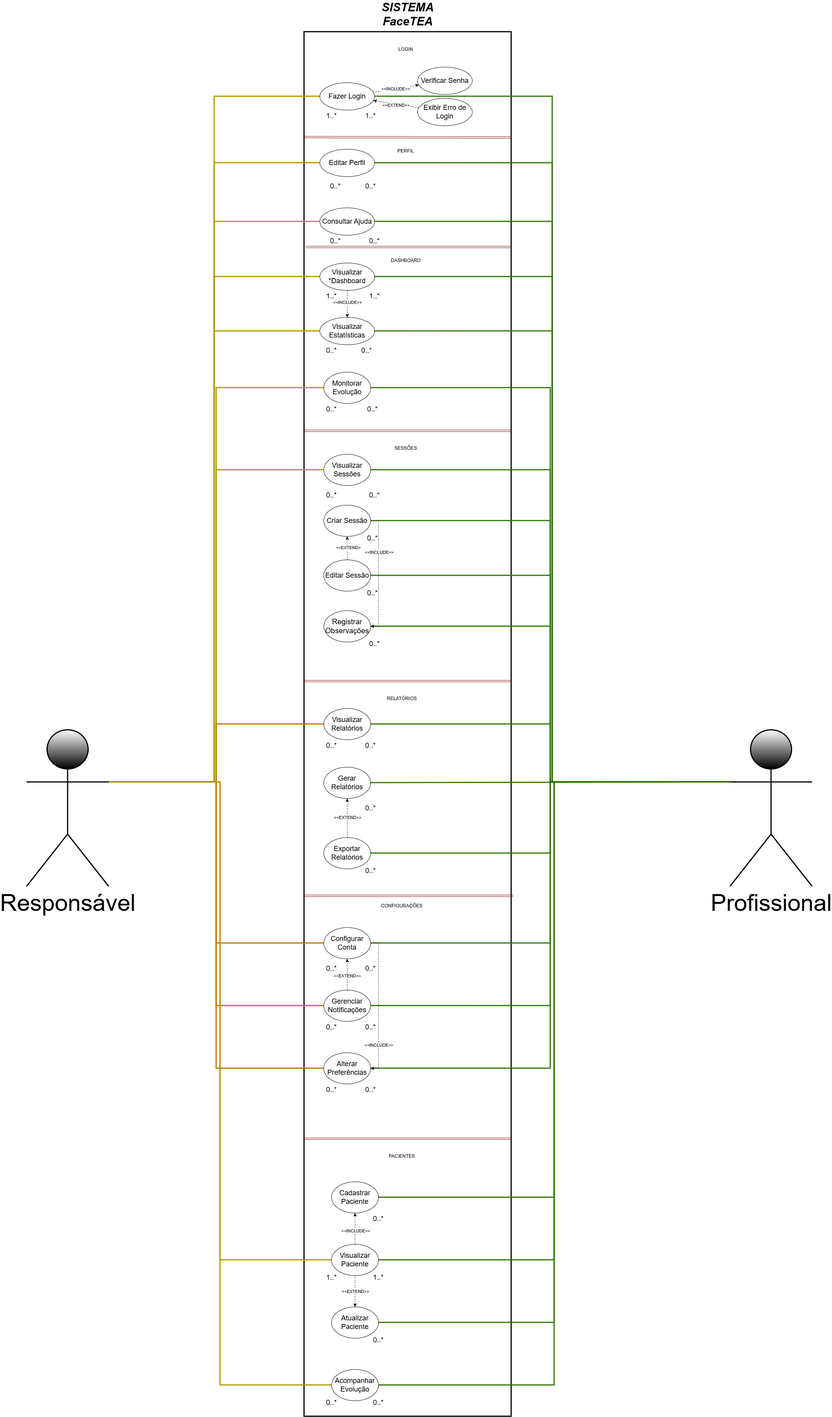
This is Diagrama_UML/TEA_UML.png from kawanvinicius742-wq/Projeto_Integrador_TEA, a draw.io export, as it was before one commit. Source tidied: cells renumbered, new cells last; positions are measured from the earlier drawing's top-left corner, leaving out a move shared by most shapes.
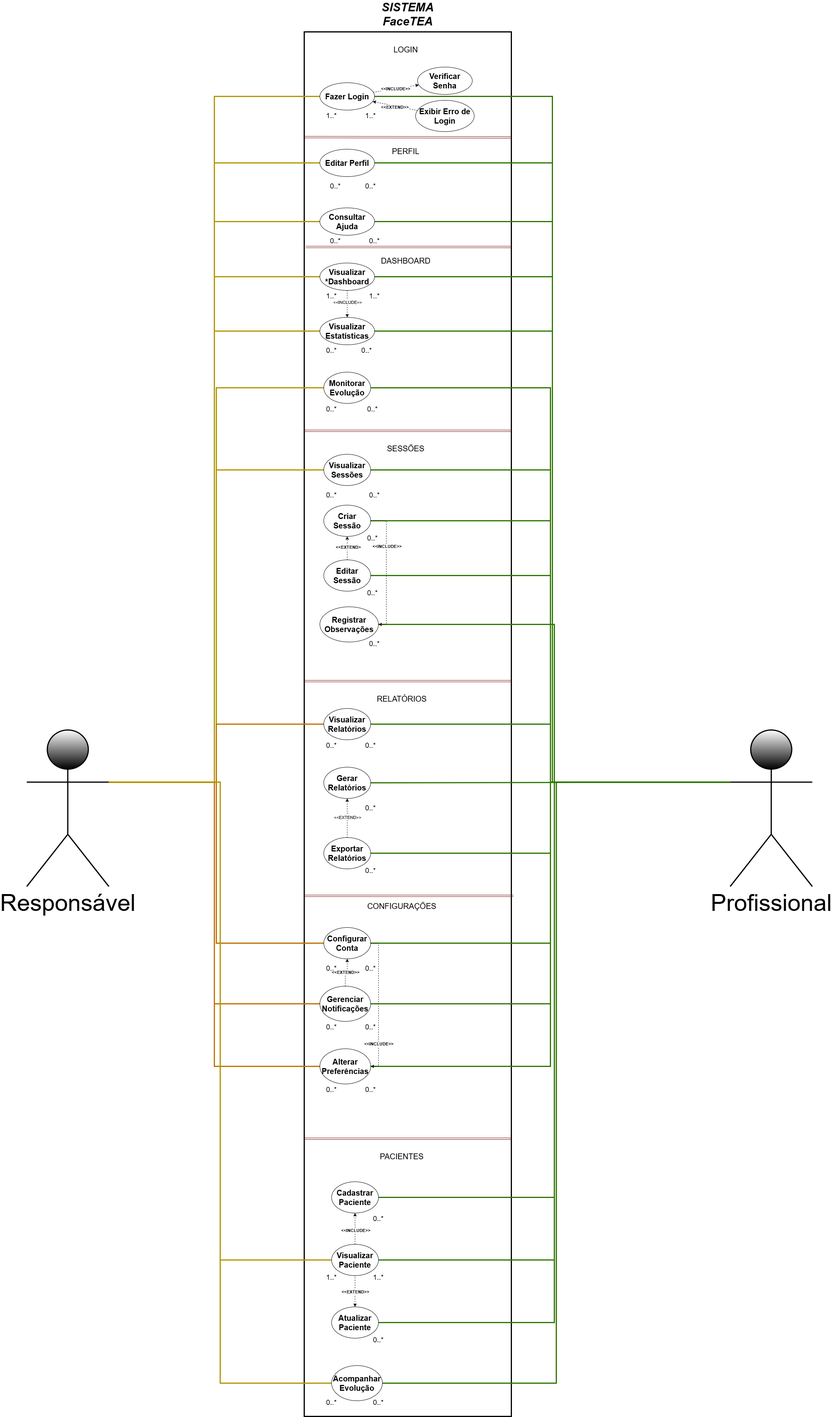
After the change.

What changed in the source:
```diff
@@ -61,3 +61,3 @@
     </mxCell>
-    <mxCell id="21" value="&amp;lt;&amp;lt;INCLUDE&amp;gt;&amp;gt;" style="edgeLabel;html=1;align=center;verticalAlign=middle;rounded=0;" parent="20" vertex="1">
+    <mxCell id="21" value="&lt;b&gt;&amp;lt;&amp;lt;INCLUDE&amp;gt;&amp;gt;&lt;/b&gt;" style="edgeLabel;html=1;align=center;verticalAlign=middle;rounded=0;" parent="20" vertex="1">
       <mxGeometry x="-0.03" relative="1" as="geometry" />
@@ -67,3 +67,3 @@
     </mxCell>
-    <mxCell id="23" value="&amp;lt;&amp;lt;EXTEND&amp;gt;&amp;gt;" style="edgeLabel;html=1;align=center;verticalAlign=middle;rounded=0;" parent="22" vertex="1">
+    <mxCell id="23" value="&lt;b&gt;&amp;lt;&amp;lt;EXTEND&amp;gt;&amp;gt;&lt;/b&gt;" style="edgeLabel;html=1;align=center;verticalAlign=middle;rounded=0;" parent="22" vertex="1">
       <mxGeometry x="-0.02" y="-3" relative="1" as="geometry" />
@@ -76,3 +76,3 @@
     </mxCell>
-    <mxCell id="26" value="&lt;font style=&quot;font-size: 18px;&quot;&gt;Fazer Login&lt;/font&gt;" style="ellipse;whiteSpace=wrap;html=1;rounded=0;" parent="1" vertex="1">
+    <mxCell id="26" value="&lt;font style=&quot;font-size: 20px;&quot;&gt;&lt;b style=&quot;&quot;&gt;Fazer Login&lt;/b&gt;&lt;/font&gt;" style="ellipse;whiteSpace=wrap;html=1;rounded=0;" parent="1" vertex="1">
       <mxGeometry x="750" y="190" width="140" height="70" as="geometry" />
@@ -112,3 +112,3 @@
     </mxCell>
-    <mxCell id="38" value="&lt;font style=&quot;font-size: 18px;&quot;&gt;Visualizar Estatísticas&lt;/font&gt;" style="ellipse;whiteSpace=wrap;html=1;rounded=0;" parent="1" vertex="1">
+    <mxCell id="38" value="&lt;font style=&quot;font-size: 20px;&quot;&gt;&lt;b style=&quot;&quot;&gt;Visualizar Estatísticas&lt;/b&gt;&lt;/font&gt;" style="ellipse;whiteSpace=wrap;html=1;rounded=0;" parent="1" vertex="1">
       <mxGeometry x="750" y="790" width="140" height="70" as="geometry" />
@@ -121,3 +121,3 @@
     </mxCell>
-    <mxCell id="41" value="&lt;font style=&quot;font-size: 18px;&quot;&gt;Consultar Ajuda&lt;/font&gt;" style="ellipse;whiteSpace=wrap;html=1;rounded=0;" parent="1" vertex="1">
+    <mxCell id="41" value="&lt;font style=&quot;font-size: 20px;&quot;&gt;&lt;b style=&quot;&quot;&gt;Consultar Ajuda&lt;/b&gt;&lt;/font&gt;" style="ellipse;whiteSpace=wrap;html=1;rounded=0;" parent="1" vertex="1">
       <mxGeometry x="750" y="510" width="140" height="70" as="geometry" />
@@ -130,3 +130,3 @@
     </mxCell>
-    <mxCell id="44" value="&lt;font style=&quot;font-size: 18px;&quot;&gt;Editar Perfil&lt;/font&gt;" style="ellipse;whiteSpace=wrap;html=1;rounded=0;" parent="1" vertex="1">
+    <mxCell id="44" value="&lt;font style=&quot;font-size: 20px;&quot;&gt;&lt;b style=&quot;&quot;&gt;Editar Perfil&lt;/b&gt;&lt;/font&gt;" style="ellipse;whiteSpace=wrap;html=1;rounded=0;" parent="1" vertex="1">
       <mxGeometry x="750" y="360" width="140" height="70" as="geometry" />
@@ -139,9 +139,9 @@
     </mxCell>
-    <mxCell id="47" value="&lt;font style=&quot;font-size: 18px;&quot;&gt;Visualizar *Dashboard&lt;/font&gt;" style="ellipse;whiteSpace=wrap;html=1;rounded=0;" parent="1" vertex="1">
+    <mxCell id="47" value="&lt;font style=&quot;font-size: 20px;&quot;&gt;&lt;b style=&quot;&quot;&gt;Visualizar *Dashboard&lt;/b&gt;&lt;/font&gt;" style="ellipse;whiteSpace=wrap;html=1;rounded=0;" parent="1" vertex="1">
       <mxGeometry x="750" y="651" width="140" height="70" as="geometry" />
     </mxCell>
-    <mxCell id="48" value="&lt;font style=&quot;font-size: 18px;&quot;&gt;Exibir Erro de Login&lt;/font&gt;" style="ellipse;whiteSpace=wrap;html=1;rounded=0;" parent="1" vertex="1">
-      <mxGeometry x="1000" y="230" width="140" height="70" as="geometry" />
+    <mxCell id="48" value="&lt;font style=&quot;font-size: 20px;&quot;&gt;&lt;b style=&quot;&quot;&gt;Exibir Erro de Login&lt;/b&gt;&lt;/font&gt;" style="ellipse;whiteSpace=wrap;html=1;rounded=0;" parent="1" vertex="1">
+      <mxGeometry x="995" y="235" width="150" height="80" as="geometry" />
     </mxCell>
-    <mxCell id="49" value="&lt;font style=&quot;font-size: 18px;&quot;&gt;Verificar Senha&lt;/font&gt;" style="ellipse;whiteSpace=wrap;html=1;rounded=0;" parent="1" vertex="1">
+    <mxCell id="49" value="&lt;font style=&quot;font-size: 20px;&quot;&gt;&lt;b style=&quot;&quot;&gt;Verificar Senha&lt;/b&gt;&lt;/font&gt;" style="ellipse;whiteSpace=wrap;html=1;rounded=0;" parent="1" vertex="1">
       <mxGeometry x="1000" y="150" width="140" height="70" as="geometry" />
@@ -151,3 +151,3 @@
     </mxCell>
-    <mxCell id="51" value="&lt;font style=&quot;font-size: 18px;&quot;&gt;Monitorar Evolução&lt;/font&gt;" style="ellipse;whiteSpace=wrap;html=1;rounded=0;" parent="1" vertex="1">
+    <mxCell id="51" value="&lt;font style=&quot;font-size: 20px;&quot;&gt;&lt;b style=&quot;&quot;&gt;Monitorar Evolução&lt;/b&gt;&lt;/font&gt;" style="ellipse;whiteSpace=wrap;html=1;rounded=0;" parent="1" vertex="1">
       <mxGeometry x="760" y="930" width="120" height="80" as="geometry" />
@@ -174,3 +174,3 @@
     </mxCell>
-    <mxCell id="56" value="&lt;font style=&quot;font-size: 18px;&quot;&gt;Visualizar Sessões&lt;/font&gt;" style="ellipse;whiteSpace=wrap;html=1;rounded=0;" parent="1" vertex="1">
+    <mxCell id="56" value="&lt;font style=&quot;font-size: 20px;&quot;&gt;&lt;b style=&quot;&quot;&gt;Visualizar Sessões&lt;/b&gt;&lt;/font&gt;" style="ellipse;whiteSpace=wrap;html=1;rounded=0;" parent="1" vertex="1">
       <mxGeometry x="760" y="1140" width="120" height="80" as="geometry" />
@@ -180,6 +180,6 @@
     </mxCell>
-    <mxCell id="58" value="&amp;lt;&amp;lt;INCLUDE&amp;gt;&amp;gt;" style="edgeLabel;html=1;align=center;verticalAlign=middle;rounded=0;" parent="57" vertex="1">
+    <mxCell id="58" value="&lt;b&gt;&amp;lt;&amp;lt;INCLUDE&amp;gt;&amp;gt;&lt;/b&gt;" style="edgeLabel;html=1;align=center;verticalAlign=middle;rounded=0;" parent="57" vertex="1">
       <mxGeometry x="-0.35" y="1" relative="1" as="geometry" />
     </mxCell>
-    <mxCell id="59" value="&lt;font style=&quot;font-size: 18px;&quot;&gt;Criar Sessão&lt;/font&gt;" style="ellipse;whiteSpace=wrap;html=1;rounded=0;" parent="1" vertex="1">
+    <mxCell id="59" value="&lt;font style=&quot;font-size: 20px;&quot;&gt;&lt;b style=&quot;&quot;&gt;Criar Sessão&lt;/b&gt;&lt;/font&gt;" style="ellipse;whiteSpace=wrap;html=1;rounded=0;" parent="1" vertex="1">
       <mxGeometry x="760" y="1270" width="120" height="80" as="geometry" />
@@ -189,10 +189,10 @@
     </mxCell>
-    <mxCell id="61" value="&amp;lt;&amp;lt;EXTEND&amp;gt;" style="edgeLabel;html=1;align=center;verticalAlign=middle;rounded=0;" parent="60" vertex="1">
+    <mxCell id="61" value="&lt;b&gt;&amp;lt;&amp;lt;EXTEND&amp;gt;&lt;/b&gt;" style="edgeLabel;html=1;align=center;verticalAlign=middle;rounded=0;" parent="60" vertex="1">
       <mxGeometry x="0.06" y="-2" relative="1" as="geometry" />
     </mxCell>
-    <mxCell id="62" value="&lt;font style=&quot;font-size: 18px;&quot;&gt;Editar Sessão&lt;/font&gt;" style="ellipse;whiteSpace=wrap;html=1;rounded=0;" parent="1" vertex="1">
+    <mxCell id="62" value="&lt;font style=&quot;font-size: 20px;&quot;&gt;&lt;b style=&quot;&quot;&gt;Editar Sessão&lt;/b&gt;&lt;/font&gt;" style="ellipse;whiteSpace=wrap;html=1;rounded=0;" parent="1" vertex="1">
       <mxGeometry x="760" y="1410" width="120" height="80" as="geometry" />
     </mxCell>
-    <mxCell id="63" value="&lt;font style=&quot;font-size: 19px;&quot;&gt;Registrar Observações&lt;/font&gt;" style="ellipse;whiteSpace=wrap;html=1;rounded=0;" parent="1" vertex="1">
-      <mxGeometry x="760" y="1540" width="120" height="80" as="geometry" />
+    <mxCell id="63" value="&lt;font style=&quot;font-size: 20px;&quot;&gt;&lt;b style=&quot;&quot;&gt;Registrar Observações&lt;/b&gt;&lt;/font&gt;" style="ellipse;whiteSpace=wrap;html=1;rounded=0;" parent="1" vertex="1">
+      <mxGeometry x="750" y="1530" width="150" height="90" as="geometry" />
     </mxCell>
@@ -204,3 +204,3 @@
     </mxCell>
-    <mxCell id="65" value="&lt;font style=&quot;font-size: 18px;&quot;&gt;Visualizar Relatórios&lt;/font&gt;" style="ellipse;whiteSpace=wrap;html=1;rounded=0;" parent="1" vertex="1">
+    <mxCell id="65" value="&lt;font style=&quot;font-size: 20px;&quot;&gt;&lt;b style=&quot;&quot;&gt;Visualizar Relatórios&lt;/b&gt;&lt;/font&gt;" style="ellipse;whiteSpace=wrap;html=1;rounded=0;" parent="1" vertex="1">
       <mxGeometry x="760" y="1790" width="120" height="80" as="geometry" />
@@ -213,6 +213,6 @@
     </mxCell>
-    <mxCell id="68" value="&lt;font style=&quot;font-size: 18px;&quot;&gt;Exportar Relatórios&lt;/font&gt;" style="ellipse;whiteSpace=wrap;html=1;rounded=0;" parent="1" vertex="1">
+    <mxCell id="68" value="&lt;font style=&quot;font-size: 20px;&quot;&gt;&lt;b style=&quot;&quot;&gt;Exportar Relatórios&lt;/b&gt;&lt;/font&gt;" style="ellipse;whiteSpace=wrap;html=1;rounded=0;" parent="1" vertex="1">
       <mxGeometry x="760" y="2120" width="120" height="80" as="geometry" />
     </mxCell>
-    <mxCell id="69" value="&lt;font style=&quot;font-size: 18px;&quot;&gt;Gerar Relatórios&lt;/font&gt;" style="ellipse;whiteSpace=wrap;html=1;rounded=0;" parent="1" vertex="1">
+    <mxCell id="69" value="&lt;font style=&quot;font-size: 20px;&quot;&gt;&lt;b style=&quot;&quot;&gt;Gerar Relatórios&lt;/b&gt;&lt;/font&gt;" style="ellipse;whiteSpace=wrap;html=1;rounded=0;" parent="1" vertex="1">
       <mxGeometry x="760" y="1940" width="120" height="80" as="geometry" />
@@ -225,3 +225,3 @@
     </mxCell>
-    <mxCell id="72" value="&amp;lt;&amp;lt;INCLUDE&amp;gt;&amp;gt;" style="edgeLabel;html=1;align=center;verticalAlign=middle;rounded=0;" parent="71" vertex="1">
+    <mxCell id="72" value="&lt;b&gt;&amp;lt;&amp;lt;INCLUDE&amp;gt;&amp;gt;&lt;/b&gt;" style="edgeLabel;html=1;align=center;verticalAlign=middle;rounded=0;" parent="71" vertex="1">
       <mxGeometry x="-0.38" y="1" relative="1" as="geometry">
@@ -230,3 +230,3 @@
     </mxCell>
-    <mxCell id="73" value="&lt;font style=&quot;font-size: 18px;&quot;&gt;Configurar Conta&lt;/font&gt;" style="ellipse;whiteSpace=wrap;html=1;rounded=0;" parent="1" vertex="1">
+    <mxCell id="73" value="&lt;font style=&quot;font-size: 20px;&quot;&gt;&lt;b style=&quot;&quot;&gt;Configurar Conta&lt;/b&gt;&lt;/font&gt;" style="ellipse;whiteSpace=wrap;html=1;rounded=0;" parent="1" vertex="1">
       <mxGeometry x="760" y="2350" width="120" height="80" as="geometry" />
@@ -236,10 +236,10 @@
     </mxCell>
-    <mxCell id="75" value="&amp;lt;&amp;lt;EXTEND&amp;gt;&amp;gt;" style="edgeLabel;html=1;align=center;verticalAlign=middle;rounded=0;" parent="74" vertex="1">
+    <mxCell id="75" value="&lt;b&gt;&amp;lt;&amp;lt;EXTEND&amp;gt;&amp;gt;&lt;/b&gt;" style="edgeLabel;html=1;align=center;verticalAlign=middle;rounded=0;" parent="74" vertex="1">
       <mxGeometry x="-0.06" y="1" relative="1" as="geometry" />
     </mxCell>
-    <mxCell id="76" value="&lt;font style=&quot;font-size: 18px;&quot;&gt;Gerenciar Notificações&lt;/font&gt;" style="ellipse;whiteSpace=wrap;html=1;rounded=0;" parent="1" vertex="1">
-      <mxGeometry x="760" y="2510" width="120" height="80" as="geometry" />
+    <mxCell id="76" value="&lt;font style=&quot;font-size: 20px;&quot;&gt;&lt;b style=&quot;&quot;&gt;Gerenciar Notificações&lt;/b&gt;&lt;/font&gt;" style="ellipse;whiteSpace=wrap;html=1;rounded=0;" parent="1" vertex="1">
+      <mxGeometry x="750" y="2500" width="130" height="90" as="geometry" />
     </mxCell>
-    <mxCell id="77" value="&lt;font style=&quot;font-size: 18px;&quot;&gt;Alterar Preferências&lt;/font&gt;" style="ellipse;whiteSpace=wrap;html=1;rounded=0;" parent="1" vertex="1">
-      <mxGeometry x="760" y="2670" width="120" height="80" as="geometry" />
+    <mxCell id="77" value="&lt;font style=&quot;font-size: 20px;&quot;&gt;&lt;b style=&quot;&quot;&gt;Alterar Preferências&lt;/b&gt;&lt;/font&gt;" style="ellipse;whiteSpace=wrap;html=1;rounded=0;" parent="1" vertex="1">
+      <mxGeometry x="750" y="2660" width="130" height="90" as="geometry" />
     </mxCell>
@@ -251,25 +251,25 @@
     </mxCell>
-    <mxCell id="79" value="LOGIN" style="text;html=1;whiteSpace=wrap;strokeColor=none;fillColor=none;align=center;verticalAlign=middle;rounded=0;" parent="1" vertex="1">
+    <mxCell id="79" value="&lt;font style=&quot;font-size: 20px;&quot;&gt;LOGIN&lt;/font&gt;" style="text;html=1;whiteSpace=wrap;strokeColor=none;fillColor=none;align=center;verticalAlign=middle;rounded=0;" parent="1" vertex="1">
       <mxGeometry x="940" y="90" width="60" height="30" as="geometry" />
     </mxCell>
-    <mxCell id="80" value="PERFIL" style="text;html=1;whiteSpace=wrap;strokeColor=none;fillColor=none;align=center;verticalAlign=middle;rounded=0;" parent="1" vertex="1">
+    <mxCell id="80" value="&lt;font style=&quot;font-size: 20px;&quot;&gt;PERFIL&lt;/font&gt;" style="text;html=1;whiteSpace=wrap;strokeColor=none;fillColor=none;align=center;verticalAlign=middle;rounded=0;" parent="1" vertex="1">
       <mxGeometry x="940" y="350" width="60" height="30" as="geometry" />
     </mxCell>
-    <mxCell id="81" value="DASHBOARD" style="text;html=1;whiteSpace=wrap;strokeColor=none;fillColor=none;align=center;verticalAlign=middle;rounded=0;" parent="1" vertex="1">
+    <mxCell id="81" value="&lt;font style=&quot;font-size: 20px;&quot;&gt;DASHBOARD&lt;/font&gt;" style="text;html=1;whiteSpace=wrap;strokeColor=none;fillColor=none;align=center;verticalAlign=middle;rounded=0;" parent="1" vertex="1">
       <mxGeometry x="940" y="630" width="60" height="30" as="geometry" />
     </mxCell>
-    <mxCell id="82" value="SESSÕES" style="text;html=1;whiteSpace=wrap;strokeColor=none;fillColor=none;align=center;verticalAlign=middle;rounded=0;" parent="1" vertex="1">
+    <mxCell id="82" value="&lt;font style=&quot;font-size: 20px;&quot;&gt;SESSÕES&lt;/font&gt;" style="text;html=1;whiteSpace=wrap;strokeColor=none;fillColor=none;align=center;verticalAlign=middle;rounded=0;" parent="1" vertex="1">
       <mxGeometry x="940" y="1110" width="60" height="30" as="geometry" />
     </mxCell>
-    <mxCell id="83" value="RELATÓRIOS" style="text;html=1;whiteSpace=wrap;strokeColor=none;fillColor=none;align=center;verticalAlign=middle;rounded=0;" parent="1" vertex="1">
+    <mxCell id="83" value="&lt;font style=&quot;font-size: 20px;&quot;&gt;RELATÓRIOS&lt;/font&gt;" style="text;html=1;whiteSpace=wrap;strokeColor=none;fillColor=none;align=center;verticalAlign=middle;rounded=0;" parent="1" vertex="1">
       <mxGeometry x="930" y="1750" width="60" height="30" as="geometry" />
     </mxCell>
-    <mxCell id="84" value="CONFIGURAÇÕES" style="text;html=1;whiteSpace=wrap;strokeColor=none;fillColor=none;align=center;verticalAlign=middle;rounded=0;" parent="1" vertex="1">
+    <mxCell id="84" value="&lt;font style=&quot;font-size: 20px;&quot;&gt;CONFIGURAÇÕES&lt;/font&gt;" style="text;html=1;whiteSpace=wrap;strokeColor=none;fillColor=none;align=center;verticalAlign=middle;rounded=0;" parent="1" vertex="1">
       <mxGeometry x="930" y="2280" width="60" height="30" as="geometry" />
     </mxCell>
-    <mxCell id="85" value="PACIENTES" style="text;html=1;whiteSpace=wrap;strokeColor=none;fillColor=none;align=center;verticalAlign=middle;rounded=0;" parent="1" vertex="1">
+    <mxCell id="85" value="&lt;font style=&quot;font-size: 20px;&quot;&gt;PACIENTES&lt;/font&gt;" style="text;html=1;whiteSpace=wrap;strokeColor=none;fillColor=none;align=center;verticalAlign=middle;rounded=0;" parent="1" vertex="1">
       <mxGeometry x="930" y="2920" width="60" height="30" as="geometry" />
     </mxCell>
-    <mxCell id="86" value="&lt;font style=&quot;font-size: 18px;&quot;&gt;Acompanhar Evolução&lt;/font&gt;" style="ellipse;whiteSpace=wrap;html=1;rounded=0;" parent="1" vertex="1">
-      <mxGeometry x="780" y="3480" width="120" height="80" as="geometry" />
+    <mxCell id="86" value="&lt;font style=&quot;font-size: 20px;&quot;&gt;&lt;b style=&quot;&quot;&gt;Acompanhar Evolução&lt;/b&gt;&lt;/font&gt;" style="ellipse;whiteSpace=wrap;html=1;rounded=0;" parent="1" vertex="1">
+      <mxGeometry x="780" y="3470" width="130" height="90" as="geometry" />
     </mxCell>
@@ -278,3 +278,3 @@
     </mxCell>
-    <mxCell id="88" value="&amp;lt;&amp;lt;EXTEND&amp;gt;&amp;gt;" style="edgeLabel;html=1;align=center;verticalAlign=middle;" parent="87" vertex="1">
+    <mxCell id="88" value="&lt;b&gt;&amp;lt;&amp;lt;EXTEND&amp;gt;&amp;gt;&lt;/b&gt;" style="edgeLabel;html=1;align=center;verticalAlign=middle;" parent="87" vertex="1">
       <mxGeometry x="-0.04" relative="1" as="geometry">
@@ -283,3 +283,3 @@
     </mxCell>
-    <mxCell id="89" value="&lt;font style=&quot;font-size: 18px;&quot;&gt;Atualizar Paciente&lt;/font&gt;" style="ellipse;whiteSpace=wrap;html=1;rounded=0;" parent="1" vertex="1">
+    <mxCell id="89" value="&lt;font style=&quot;font-size: 20px;&quot;&gt;&lt;b style=&quot;&quot;&gt;Atualizar Paciente&lt;/b&gt;&lt;/font&gt;" style="ellipse;whiteSpace=wrap;html=1;rounded=0;" parent="1" vertex="1">
       <mxGeometry x="780" y="3320" width="120" height="80" as="geometry" />
@@ -289,3 +289,3 @@
     </mxCell>
-    <mxCell id="91" value="&amp;lt;&amp;lt;INCLUDE&amp;gt;&amp;gt;" style="edgeLabel;html=1;align=center;verticalAlign=middle;" parent="90" vertex="1">
+    <mxCell id="91" value="&lt;b&gt;&amp;lt;&amp;lt;INCLUDE&amp;gt;&amp;gt;&lt;/b&gt;" style="edgeLabel;html=1;align=center;verticalAlign=middle;" parent="90" vertex="1">
       <mxGeometry x="-0.1" y="-1" relative="1" as="geometry">
@@ -294,6 +294,6 @@
     </mxCell>
-    <mxCell id="92" value="&lt;font style=&quot;font-size: 18px;&quot;&gt;Visualizar Paciente&lt;/font&gt;" style="ellipse;whiteSpace=wrap;html=1;rounded=0;" parent="1" vertex="1">
+    <mxCell id="92" value="&lt;font style=&quot;font-size: 20px;&quot;&gt;&lt;b style=&quot;&quot;&gt;Visualizar Paciente&lt;/b&gt;&lt;/font&gt;" style="ellipse;whiteSpace=wrap;html=1;rounded=0;" parent="1" vertex="1">
       <mxGeometry x="780" y="3160" width="120" height="80" as="geometry" />
     </mxCell>
-    <mxCell id="93" value="&lt;font style=&quot;font-size: 18px;&quot;&gt;Cadastrar Paciente&lt;/font&gt;" style="ellipse;whiteSpace=wrap;html=1;rounded=0;" parent="1" vertex="1">
+    <mxCell id="93" value="&lt;font style=&quot;font-size: 20px;&quot;&gt;&lt;b style=&quot;&quot;&gt;Cadastrar Paciente&lt;/b&gt;&lt;/font&gt;" style="ellipse;whiteSpace=wrap;html=1;rounded=0;" parent="1" vertex="1">
       <mxGeometry x="780" y="3000" width="120" height="80" as="geometry" />
```
